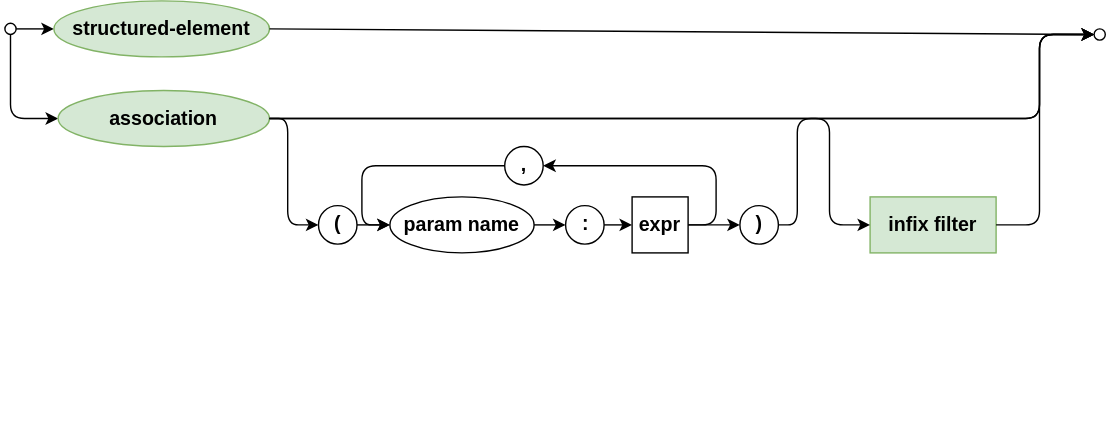
Earlier version of the draw.io export assets/cxl/path-segment.drawio.svg (capire/docs). Source tidied: cells renumbered, new cells last; positions are measured from the earlier drawing's top-left corner, leaving out a move shared by most shapes.
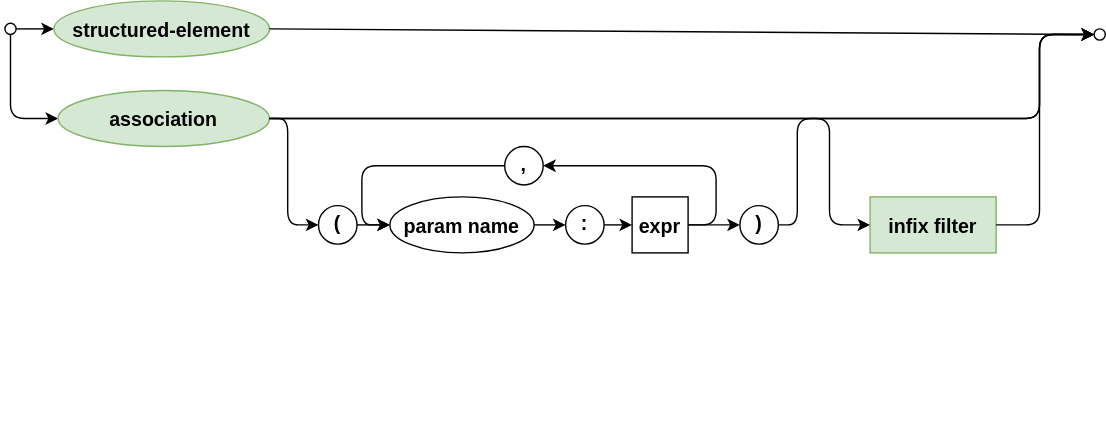
Later version of the same file.

Diff of the diagram source:
```diff
@@ -5,56 +5,56 @@
     <mxCell id="2" value="Best viewed with the &lt;a href=&quot;https://github.com/ariel-bentu/tam-drawio&quot;&gt;TAM plugin&lt;/a&gt;" style="text;html=1;shape=tamPluginMissing;" parent="1" vertex="1">
       <mxGeometry x="391" y="293" width="200" height="25" as="geometry" />
     </mxCell>
-    <mxCell id="3" style="edgeStyle=none;html=1;fontStyle=1;verticalAlign=middle;fontSize=14;textDirection=ltr;strokeWidth=1;" parent="1" edge="1" source="4" target="6">
+    <mxCell id="3" style="edgeStyle=none;fontStyle=1;verticalAlign=middle;fontSize=14;textDirection=ltr;strokeWidth=1;" parent="1" edge="1" source="4" target="6">
       <mxGeometry relative="1" as="geometry" />
     </mxCell>
-    <mxCell id="4" style="ellipse;whiteSpace=wrap;html=1;fontStyle=1;verticalAlign=middle;fontSize=14;textDirection=ltr;strokeWidth=1;" parent="1" vertex="1">
+    <mxCell id="4" style="ellipse;fontStyle=1;verticalAlign=middle;fontSize=14;textDirection=ltr;strokeWidth=1;" parent="1" vertex="1">
       <mxGeometry y="16" width="8" height="8" as="geometry" />
     </mxCell>
-    <mxCell id="5" style="edgeStyle=elbowEdgeStyle;html=1;labelBackgroundColor=none;rounded=1;elbow=vertical;endArrow=classic;endFill=1;align=center;exitX=0.5;exitY=1;exitDx=0;exitDy=0;entryX=0;entryY=0.5;entryDx=0;entryDy=0;fontStyle=1;verticalAlign=middle;fontSize=14;textDirection=ltr;strokeWidth=1;" parent="1" edge="1" source="4" target="7">
+    <mxCell id="5" style="edgeStyle=elbowEdgeStyle;labelBackgroundColor=none;rounded=1;elbow=vertical;endArrow=classic;endFill=1;align=center;exitX=0.5;exitY=1;exitDx=0;exitDy=0;entryX=0;entryY=0.5;entryDx=0;entryDy=0;fontStyle=1;verticalAlign=middle;fontSize=14;textDirection=ltr;strokeWidth=1;" parent="1" edge="1" source="4" target="7">
       <mxGeometry relative="1" as="geometry">
         <Array as="points">
           <mxPoint x="52" y="84" />
         </Array>
       </mxGeometry>
     </mxCell>
-    <mxCell id="6" value="&lt;span style=&quot;color: rgb(0, 0, 0);&quot;&gt;structured-element&lt;/span&gt;" style="ellipse;whiteSpace=wrap;html=1;align=center;newEdgeStyle={&quot;edgeStyle&quot;:&quot;entityRelationEdgeStyle&quot;,&quot;startArrow&quot;:&quot;none&quot;,&quot;endArrow&quot;:&quot;none&quot;,&quot;segment&quot;:10,&quot;curved&quot;:1,&quot;sourcePerimeterSpacing&quot;:0,&quot;targetPerimeterSpacing&quot;:0};fontStyle=1;verticalAlign=middle;fontSize=14;textDirection=ltr;strokeWidth=1;fillColor=#d5e8d4;strokeColor=#82b366;" parent="1" vertex="1">
+    <mxCell id="6" value="structured-element" style="ellipse;align=center;newEdgeStyle={&quot;edgeStyle&quot;:&quot;entityRelationEdgeStyle&quot;,&quot;startArrow&quot;:&quot;none&quot;,&quot;endArrow&quot;:&quot;none&quot;,&quot;segment&quot;:10,&quot;curved&quot;:1,&quot;sourcePerimeterSpacing&quot;:0,&quot;targetPerimeterSpacing&quot;:0};fontStyle=1;verticalAlign=middle;fontSize=14;textDirection=ltr;strokeWidth=1;fillColor=#d5e8d4;strokeColor=#82b366;" parent="1" vertex="1">
       <mxGeometry x="35" width="154" height="40" as="geometry" />
     </mxCell>
-    <mxCell id="7" value="association" style="ellipse;whiteSpace=wrap;html=1;align=center;newEdgeStyle={&quot;edgeStyle&quot;:&quot;entityRelationEdgeStyle&quot;,&quot;startArrow&quot;:&quot;none&quot;,&quot;endArrow&quot;:&quot;none&quot;,&quot;segment&quot;:10,&quot;curved&quot;:1,&quot;sourcePerimeterSpacing&quot;:0,&quot;targetPerimeterSpacing&quot;:0};fontStyle=1;verticalAlign=middle;fontSize=14;textDirection=ltr;strokeWidth=1;fillColor=#d5e8d4;strokeColor=#82b366;" parent="1" vertex="1">
+    <mxCell id="7" value="association" style="ellipse;align=center;newEdgeStyle={&quot;edgeStyle&quot;:&quot;entityRelationEdgeStyle&quot;,&quot;startArrow&quot;:&quot;none&quot;,&quot;endArrow&quot;:&quot;none&quot;,&quot;segment&quot;:10,&quot;curved&quot;:1,&quot;sourcePerimeterSpacing&quot;:0,&quot;targetPerimeterSpacing&quot;:0};fontStyle=1;verticalAlign=middle;fontSize=14;textDirection=ltr;strokeWidth=1;fillColor=#d5e8d4;strokeColor=#82b366;" parent="1" vertex="1">
       <mxGeometry x="38" y="64" width="151" height="40" as="geometry" />
     </mxCell>
-    <mxCell id="8" style="ellipse;whiteSpace=wrap;html=1;fontStyle=1;verticalAlign=middle;fontSize=14;textDirection=ltr;strokeWidth=1;" parent="1" vertex="1">
+    <mxCell id="8" style="ellipse;fontStyle=1;verticalAlign=middle;fontSize=14;textDirection=ltr;strokeWidth=1;" parent="1" vertex="1">
       <mxGeometry x="778" y="20" width="8" height="8" as="geometry" />
     </mxCell>
-    <mxCell id="9" style="edgeStyle=none;html=1;exitX=1;exitY=0.5;exitDx=0;exitDy=0;entryX=0;entryY=0.5;entryDx=0;entryDy=0;fontStyle=1;verticalAlign=middle;fontSize=14;textDirection=ltr;strokeWidth=1;" parent="1" edge="1" source="6" target="8">
+    <mxCell id="9" style="edgeStyle=none;exitX=1;exitY=0.5;exitDx=0;exitDy=0;entryX=0;entryY=0.5;entryDx=0;entryDy=0;fontStyle=1;verticalAlign=middle;fontSize=14;textDirection=ltr;strokeWidth=1;" parent="1" edge="1" source="6" target="8">
       <mxGeometry relative="1" as="geometry" />
     </mxCell>
-    <mxCell id="10" value="infix filter" style="rounded=0;whiteSpace=wrap;html=1;strokeWidth=1;arcSize=37;fontStyle=1;verticalAlign=middle;fontSize=14;textDirection=ltr;fillColor=#d5e8d4;strokeColor=#82b366;" parent="1" vertex="1">
+    <mxCell id="10" value="infix filter" style="rounded=0;strokeWidth=1;arcSize=37;fontStyle=1;verticalAlign=middle;fontSize=14;textDirection=ltr;fillColor=#d5e8d4;strokeColor=#82b366;" parent="1" vertex="1">
       <mxGeometry x="618" y="140" width="90" height="40" as="geometry" />
     </mxCell>
-    <mxCell id="11" value="param name" style="ellipse;align=center;newEdgeStyle={&quot;edgeStyle&quot;:&quot;entityRelationEdgeStyle&quot;,&quot;startArrow&quot;:&quot;none&quot;,&quot;endArrow&quot;:&quot;none&quot;,&quot;segment&quot;:10,&quot;curved&quot;:1,&quot;sourcePerimeterSpacing&quot;:0,&quot;targetPerimeterSpacing&quot;:0};textDirection=ltr;verticalAlign=middle;spacing=2;strokeWidth=1;fontSize=14;fontStyle=1;horizontal=1;whiteSpace=wrap;html=1;labelBorderColor=none;textShadow=0;" parent="1" vertex="1">
+    <mxCell id="11" value="param name" style="ellipse;align=center;newEdgeStyle={&quot;edgeStyle&quot;:&quot;entityRelationEdgeStyle&quot;,&quot;startArrow&quot;:&quot;none&quot;,&quot;endArrow&quot;:&quot;none&quot;,&quot;segment&quot;:10,&quot;curved&quot;:1,&quot;sourcePerimeterSpacing&quot;:0,&quot;targetPerimeterSpacing&quot;:0};textDirection=ltr;verticalAlign=middle;spacing=2;strokeWidth=1;fontSize=14;fontStyle=1;horizontal=1;labelBorderColor=none;textShadow=0;" parent="1" vertex="1">
       <mxGeometry x="275" y="140" width="103" height="40" as="geometry" />
     </mxCell>
-    <mxCell id="12" value=":" style="ellipse;verticalAlign=top;spacingBottom=4;textDirection=ltr;spacing=0;strokeWidth=1;fontSize=14;fontStyle=1;horizontal=1;whiteSpace=wrap;html=1;labelBorderColor=none;textShadow=0;" parent="1" vertex="1">
+    <mxCell id="12" value=":" style="ellipse;verticalAlign=top;spacingBottom=4;textDirection=ltr;spacing=0;strokeWidth=1;fontSize=14;fontStyle=1;horizontal=1;labelBorderColor=none;textShadow=0;" parent="1" vertex="1">
       <mxGeometry x="400.5" y="146.2" width="27.5" height="27.5" as="geometry" />
     </mxCell>
-    <mxCell id="13" style="edgeStyle=none;html=1;" parent="1" edge="1" source="14" target="21">
+    <mxCell id="13" style="edgeStyle=none;" parent="1" edge="1" source="14" target="21">
       <mxGeometry relative="1" as="geometry" />
     </mxCell>
-    <mxCell id="14" value="expr" style="rounded=0;strokeWidth=1;arcSize=37;textDirection=ltr;verticalAlign=middle;spacing=2;fontSize=14;fontStyle=1;horizontal=1;whiteSpace=wrap;html=1;labelBorderColor=none;textShadow=0;strokeColor=default;align=center;fontFamily=Helvetica;fontColor=default;fillColor=default;" parent="1" vertex="1">
+    <mxCell id="14" value="expr" style="rounded=0;strokeWidth=1;arcSize=37;textDirection=ltr;verticalAlign=middle;spacing=2;fontSize=14;fontStyle=1;horizontal=1;labelBorderColor=none;textShadow=0;strokeColor=default;align=center;fontFamily=Helvetica;fontColor=default;fillColor=default;" parent="1" vertex="1">
       <mxGeometry x="448" y="140" width="40" height="40" as="geometry" />
     </mxCell>
-    <mxCell id="15" style="edgeStyle=orthogonalEdgeStyle;rounded=1;jettySize=auto;html=1;exitX=1;exitY=0.5;exitDx=0;exitDy=0;entryX=0;entryY=0.5;entryDx=0;entryDy=0;startArrow=none;startFill=0;endArrow=classic;endFill=1;startSize=6;endSize=6;align=center;fontSize=12;labelBackgroundColor=none;" parent="1" edge="1" source="11" target="12">
+    <mxCell id="15" style="edgeStyle=orthogonalEdgeStyle;rounded=1;jettySize=auto;exitX=1;exitY=0.5;exitDx=0;exitDy=0;entryX=0;entryY=0.5;entryDx=0;entryDy=0;startArrow=none;startFill=0;endArrow=classic;endFill=1;startSize=6;endSize=6;align=center;fontSize=12;labelBackgroundColor=none;" parent="1" edge="1" source="11" target="12">
       <mxGeometry relative="1" as="geometry" />
     </mxCell>
-    <mxCell id="16" style="edgeStyle=orthogonalEdgeStyle;rounded=1;jettySize=auto;html=1;exitX=1;exitY=0.5;exitDx=0;exitDy=0;entryX=0;entryY=0.5;entryDx=0;entryDy=0;startArrow=none;startFill=0;endArrow=classic;endFill=1;startSize=6;endSize=6;align=center;fontSize=12;labelBackgroundColor=none;" parent="1" edge="1" source="12" target="14">
+    <mxCell id="16" style="edgeStyle=orthogonalEdgeStyle;rounded=1;jettySize=auto;exitX=1;exitY=0.5;exitDx=0;exitDy=0;entryX=0;entryY=0.5;entryDx=0;entryDy=0;startArrow=none;startFill=0;endArrow=classic;endFill=1;startSize=6;endSize=6;align=center;fontSize=12;labelBackgroundColor=none;" parent="1" edge="1" source="12" target="14">
       <mxGeometry relative="1" as="geometry" />
     </mxCell>
-    <mxCell id="17" value="," style="ellipse;verticalAlign=top;spacingBottom=4;textDirection=ltr;spacing=0;strokeWidth=1;fontSize=14;fontStyle=1;horizontal=1;whiteSpace=wrap;html=1;labelBorderColor=none;textShadow=0;" parent="1" vertex="1">
+    <mxCell id="17" value="," style="ellipse;verticalAlign=top;spacingBottom=4;textDirection=ltr;spacing=0;strokeWidth=1;fontSize=14;fontStyle=1;horizontal=1;labelBorderColor=none;textShadow=0;" parent="1" vertex="1">
       <mxGeometry x="357" y="104" width="27.5" height="27.5" as="geometry" />
     </mxCell>
-    <mxCell id="18" style="edgeStyle=orthogonalEdgeStyle;rounded=1;jettySize=auto;html=1;exitX=1;exitY=0.5;exitDx=0;exitDy=0;entryX=0;entryY=0.5;entryDx=0;entryDy=0;startArrow=none;startFill=0;endArrow=classic;endFill=1;startSize=6;endSize=6;align=center;fontSize=12;labelBackgroundColor=none;" parent="1" edge="1" source="10" target="8">
+    <mxCell id="18" style="edgeStyle=orthogonalEdgeStyle;rounded=1;jettySize=auto;exitX=1;exitY=0.5;exitDx=0;exitDy=0;entryX=0;entryY=0.5;entryDx=0;entryDy=0;startArrow=none;startFill=0;endArrow=classic;endFill=1;startSize=6;endSize=6;align=center;fontSize=12;labelBackgroundColor=none;" parent="1" edge="1" source="10" target="8">
       <mxGeometry relative="1" as="geometry">
         <Array as="points">
           <mxPoint x="739" y="160" />
@@ -62,19 +62,19 @@
         </Array>
       </mxGeometry>
     </mxCell>
-    <mxCell id="19" style="edgeStyle=none;html=1;entryX=0;entryY=0.5;entryDx=0;entryDy=0;" parent="1" edge="1" source="20" target="11">
+    <mxCell id="19" style="edgeStyle=none;entryX=0;entryY=0.5;entryDx=0;entryDy=0;" parent="1" edge="1" source="20" target="11">
       <mxGeometry relative="1" as="geometry" />
     </mxCell>
-    <mxCell id="20" value="(" style="ellipse;verticalAlign=top;spacingBottom=4;textDirection=ltr;spacing=0;strokeWidth=1;fontSize=14;fontStyle=1;horizontal=1;whiteSpace=wrap;html=1;labelBorderColor=none;textShadow=0;" parent="1" vertex="1">
+    <mxCell id="20" value="(" style="ellipse;verticalAlign=top;spacingBottom=4;textDirection=ltr;spacing=0;strokeWidth=1;fontSize=14;fontStyle=1;horizontal=1;labelBorderColor=none;textShadow=0;" parent="1" vertex="1">
       <mxGeometry x="224" y="146.2" width="27.5" height="27.5" as="geometry" />
     </mxCell>
-    <mxCell id="21" value=")" style="ellipse;verticalAlign=top;spacingBottom=4;textDirection=ltr;spacing=0;strokeWidth=1;fontSize=14;fontStyle=1;horizontal=1;whiteSpace=wrap;html=1;labelBorderColor=none;textShadow=0;" parent="1" vertex="1">
+    <mxCell id="21" value=")" style="ellipse;verticalAlign=top;spacingBottom=4;textDirection=ltr;spacing=0;strokeWidth=1;fontSize=14;fontStyle=1;horizontal=1;labelBorderColor=none;textShadow=0;" parent="1" vertex="1">
       <mxGeometry x="525" y="146.2" width="27.5" height="27.5" as="geometry" />
     </mxCell>
-    <mxCell id="22" style="edgeStyle=orthogonalEdgeStyle;rounded=1;jettySize=auto;html=1;exitX=0;exitY=0.5;exitDx=0;exitDy=0;entryX=0;entryY=0.5;entryDx=0;entryDy=0;startArrow=none;startFill=0;endArrow=classic;endFill=1;startSize=6;endSize=6;align=center;fontSize=12;labelBackgroundColor=none;" parent="1" edge="1" source="17" target="11">
+    <mxCell id="22" style="edgeStyle=orthogonalEdgeStyle;rounded=1;jettySize=auto;exitX=0;exitY=0.5;exitDx=0;exitDy=0;entryX=0;entryY=0.5;entryDx=0;entryDy=0;startArrow=none;startFill=0;endArrow=classic;endFill=1;startSize=6;endSize=6;align=center;fontSize=12;labelBackgroundColor=none;" parent="1" edge="1" source="17" target="11">
       <mxGeometry relative="1" as="geometry" />
     </mxCell>
-    <mxCell id="23" style="edgeStyle=orthogonalEdgeStyle;rounded=1;jettySize=auto;html=1;exitX=1;exitY=0.5;exitDx=0;exitDy=0;entryX=0;entryY=0.5;entryDx=0;entryDy=0;startArrow=none;startFill=0;endArrow=classic;endFill=1;startSize=6;endSize=6;align=center;fontSize=12;labelBackgroundColor=none;" parent="1" edge="1" source="7" target="20">
+    <mxCell id="23" style="edgeStyle=orthogonalEdgeStyle;rounded=1;jettySize=auto;exitX=1;exitY=0.5;exitDx=0;exitDy=0;entryX=0;entryY=0.5;entryDx=0;entryDy=0;startArrow=none;startFill=0;endArrow=classic;endFill=1;startSize=6;endSize=6;align=center;fontSize=12;labelBackgroundColor=none;" parent="1" edge="1" source="7" target="20">
       <mxGeometry relative="1" as="geometry">
         <Array as="points">
           <mxPoint x="202" y="84" />
@@ -82,10 +82,10 @@
         </Array>
       </mxGeometry>
     </mxCell>
-    <mxCell id="24" style="edgeStyle=orthogonalEdgeStyle;rounded=1;jettySize=auto;html=1;exitX=1;exitY=0.5;exitDx=0;exitDy=0;entryX=1;entryY=0.5;entryDx=0;entryDy=0;startArrow=none;startFill=0;endArrow=classic;endFill=1;startSize=6;endSize=6;align=center;fontSize=12;labelBackgroundColor=none;" parent="1" edge="1" source="14" target="17">
+    <mxCell id="24" style="edgeStyle=orthogonalEdgeStyle;rounded=1;jettySize=auto;exitX=1;exitY=0.5;exitDx=0;exitDy=0;entryX=1;entryY=0.5;entryDx=0;entryDy=0;startArrow=none;startFill=0;endArrow=classic;endFill=1;startSize=6;endSize=6;align=center;fontSize=12;labelBackgroundColor=none;" parent="1" edge="1" source="14" target="17">
       <mxGeometry relative="1" as="geometry" />
     </mxCell>
-    <mxCell id="25" style="edgeStyle=orthogonalEdgeStyle;rounded=1;jettySize=auto;html=1;exitX=1;exitY=0.5;exitDx=0;exitDy=0;entryX=0;entryY=0.5;entryDx=0;entryDy=0;startArrow=none;startFill=0;endArrow=classic;endFill=1;startSize=6;endSize=6;align=center;fontSize=12;labelBackgroundColor=none;" parent="1" edge="1" source="7" target="8">
+    <mxCell id="25" style="edgeStyle=orthogonalEdgeStyle;rounded=1;jettySize=auto;exitX=1;exitY=0.5;exitDx=0;exitDy=0;entryX=0;entryY=0.5;entryDx=0;entryDy=0;startArrow=none;startFill=0;endArrow=classic;endFill=1;startSize=6;endSize=6;align=center;fontSize=12;labelBackgroundColor=none;" parent="1" edge="1" source="7" target="8">
       <mxGeometry relative="1" as="geometry">
         <Array as="points">
           <mxPoint x="739" y="84" />
@@ -93,7 +93,7 @@
         </Array>
       </mxGeometry>
     </mxCell>
-    <mxCell id="26" style="edgeStyle=orthogonalEdgeStyle;rounded=1;jettySize=auto;html=1;exitX=1;exitY=0.5;exitDx=0;exitDy=0;entryX=0;entryY=0.5;entryDx=0;entryDy=0;startArrow=none;startFill=0;endArrow=classic;endFill=1;startSize=6;endSize=6;align=center;fontSize=12;labelBackgroundColor=none;" parent="1" edge="1" source="21" target="8">
+    <mxCell id="26" style="edgeStyle=orthogonalEdgeStyle;rounded=1;jettySize=auto;exitX=1;exitY=0.5;exitDx=0;exitDy=0;entryX=0;entryY=0.5;entryDx=0;entryDy=0;startArrow=none;startFill=0;endArrow=classic;endFill=1;startSize=6;endSize=6;align=center;fontSize=12;labelBackgroundColor=none;" parent="1" edge="1" source="21" target="8">
       <mxGeometry relative="1" as="geometry">
         <Array as="points">
           <mxPoint x="566" y="160" />
@@ -103,7 +103,7 @@
         </Array>
       </mxGeometry>
     </mxCell>
-    <mxCell id="27" style="edgeStyle=orthogonalEdgeStyle;rounded=1;jettySize=auto;html=1;exitX=1;exitY=0.5;exitDx=0;exitDy=0;entryX=0;entryY=0.5;entryDx=0;entryDy=0;startArrow=none;startFill=0;endArrow=classic;endFill=1;startSize=6;endSize=6;align=center;fontSize=12;labelBackgroundColor=none;" parent="1" edge="1" source="7" target="10">
+    <mxCell id="27" style="edgeStyle=orthogonalEdgeStyle;rounded=1;jettySize=auto;exitX=1;exitY=0.5;exitDx=0;exitDy=0;entryX=0;entryY=0.5;entryDx=0;entryDy=0;startArrow=none;startFill=0;endArrow=classic;endFill=1;startSize=6;endSize=6;align=center;fontSize=12;labelBackgroundColor=none;" parent="1" edge="1" source="7" target="10">
       <mxGeometry relative="1" as="geometry">
         <Array as="points">
           <mxPoint x="589" y="84" />
```
